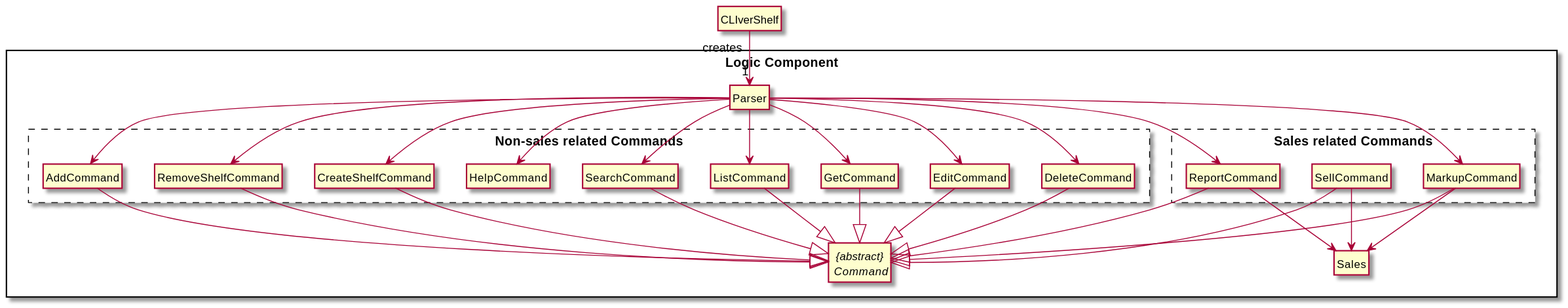
The PlantUML diagram docs/diagrams/Logic_ClassDiagram.svg in zh1huang/tp, before a commit. Its diagram source:
```plantuml
@startuml
hide circle
skinparam classAttributeIconSize 0
hide empty members

class CLIverShelf

package "Logic Component" <<Rectangle>> {
    package "Non-sales related Commands" <<Rectangle>> #line.dashed{
        class CreateShelfCommand
        class RemoveShelfCommand
        class AddCommand
        class DeleteCommand
        class EditCommand
        class GetCommand
        class ListCommand
        class SearchCommand
        class HelpCommand
    }
    class Parser

    package "Sales related Commands" <<Rectangle>> #line.dashed{
        class SellCommand
        class ReportCommand
        class MarkupCommand
    }

    class Sales
    abstract class "{abstract}\n Command" as command

}

CLIverShelf "creates"--> "1" Parser

Parser --> CreateShelfCommand
Parser --> RemoveShelfCommand
Parser --> AddCommand
Parser --> DeleteCommand
Parser --> EditCommand
Parser --> GetCommand
Parser --> ListCommand
Parser --> SearchCommand

Parser --> ReportCommand
Parser --> MarkupCommand
Parser --> HelpCommand



CreateShelfCommand --|> command
RemoveShelfCommand --|> command
AddCommand --|> command
DeleteCommand --|> command
EditCommand --|> command
GetCommand --|> command
ListCommand --|> command
SearchCommand --|> command

SellCommand --|> command
SellCommand --> Sales
ReportCommand --|> command
ReportCommand --> Sales
MarkupCommand --|> command
MarkupCommand --> Sales
@enduml
```
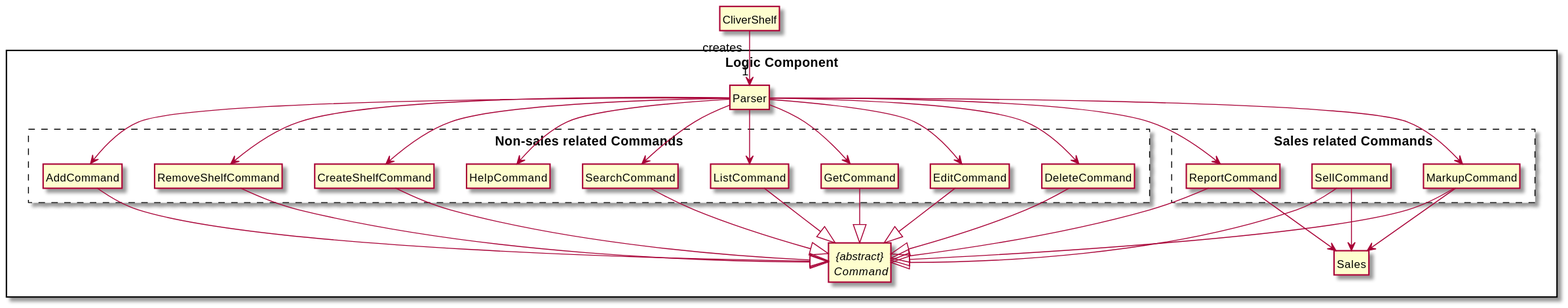
Above is the later version.

What changed in the source:
```diff
@@ -3,7 +3,7 @@
 skinparam classAttributeIconSize 0
 hide empty members
 
-class CLIverShelf
+class CliverShelf
 
 package "Logic Component" <<Rectangle>> {
     package "Non-sales related Commands" <<Rectangle>> #line.dashed{
@@ -30,7 +30,7 @@
 
 }
 
-CLIverShelf "creates"--> "1" Parser
+CliverShelf "creates"--> "1" Parser
 
 Parser --> CreateShelfCommand
 Parser --> RemoveShelfCommand
```
